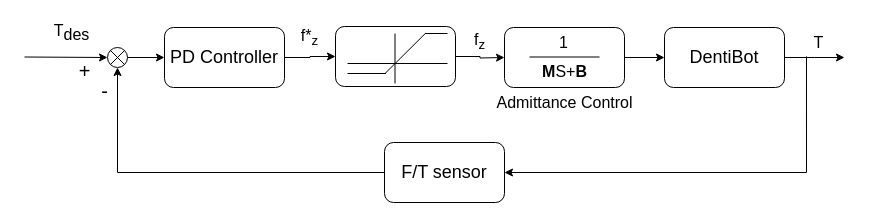
yichan0428/MS_thesis keeps this draw.io diagram as 009YiChan/Chan's thesis/Images/Original/feedrate_control.drawio. Above is the earlier version. Source tidied: cells renumbered, new cells numbered last; positions are measured from the earlier drawing's top-left corner, leaving out a move shared by most shapes. Both pictures are drawn from the tidied source at 100%, with x=0, y=0 at pixel (24, 17).
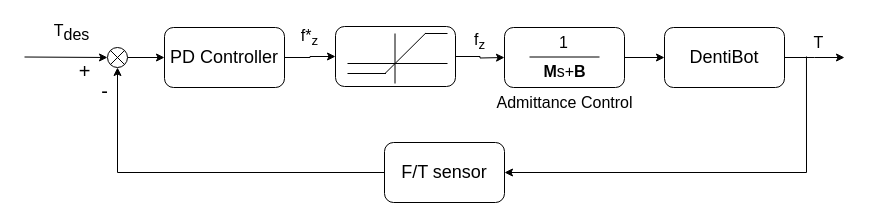
The same diagram, later.

What changed in the source:
```diff
@@
-    <mxCell id="28" value="&lt;b style=&quot;font-size: 16px;&quot;&gt;M&lt;/b&gt;S+&lt;b style=&quot;font-size: 16px;&quot;&gt;B&lt;/b&gt;" style="text;html=1;align=center;verticalAlign=middle;strokeColor=none;fontSize=16;" parent="1" vertex="1">
+    <mxCell id="28" value="&lt;b style=&quot;font-size: 16px&quot;&gt;M&lt;/b&gt;&lt;span style=&quot;font-size: 16px&quot;&gt;s&lt;/span&gt;+&lt;b style=&quot;font-size: 16px&quot;&gt;B&lt;/b&gt;" style="text;html=1;align=center;verticalAlign=middle;strokeColor=none;fontSize=16;" parent="1" vertex="1">
       <mxGeometry x="510" y="44" width="60" height="20" as="geometry" />
     </mxCell>
```
